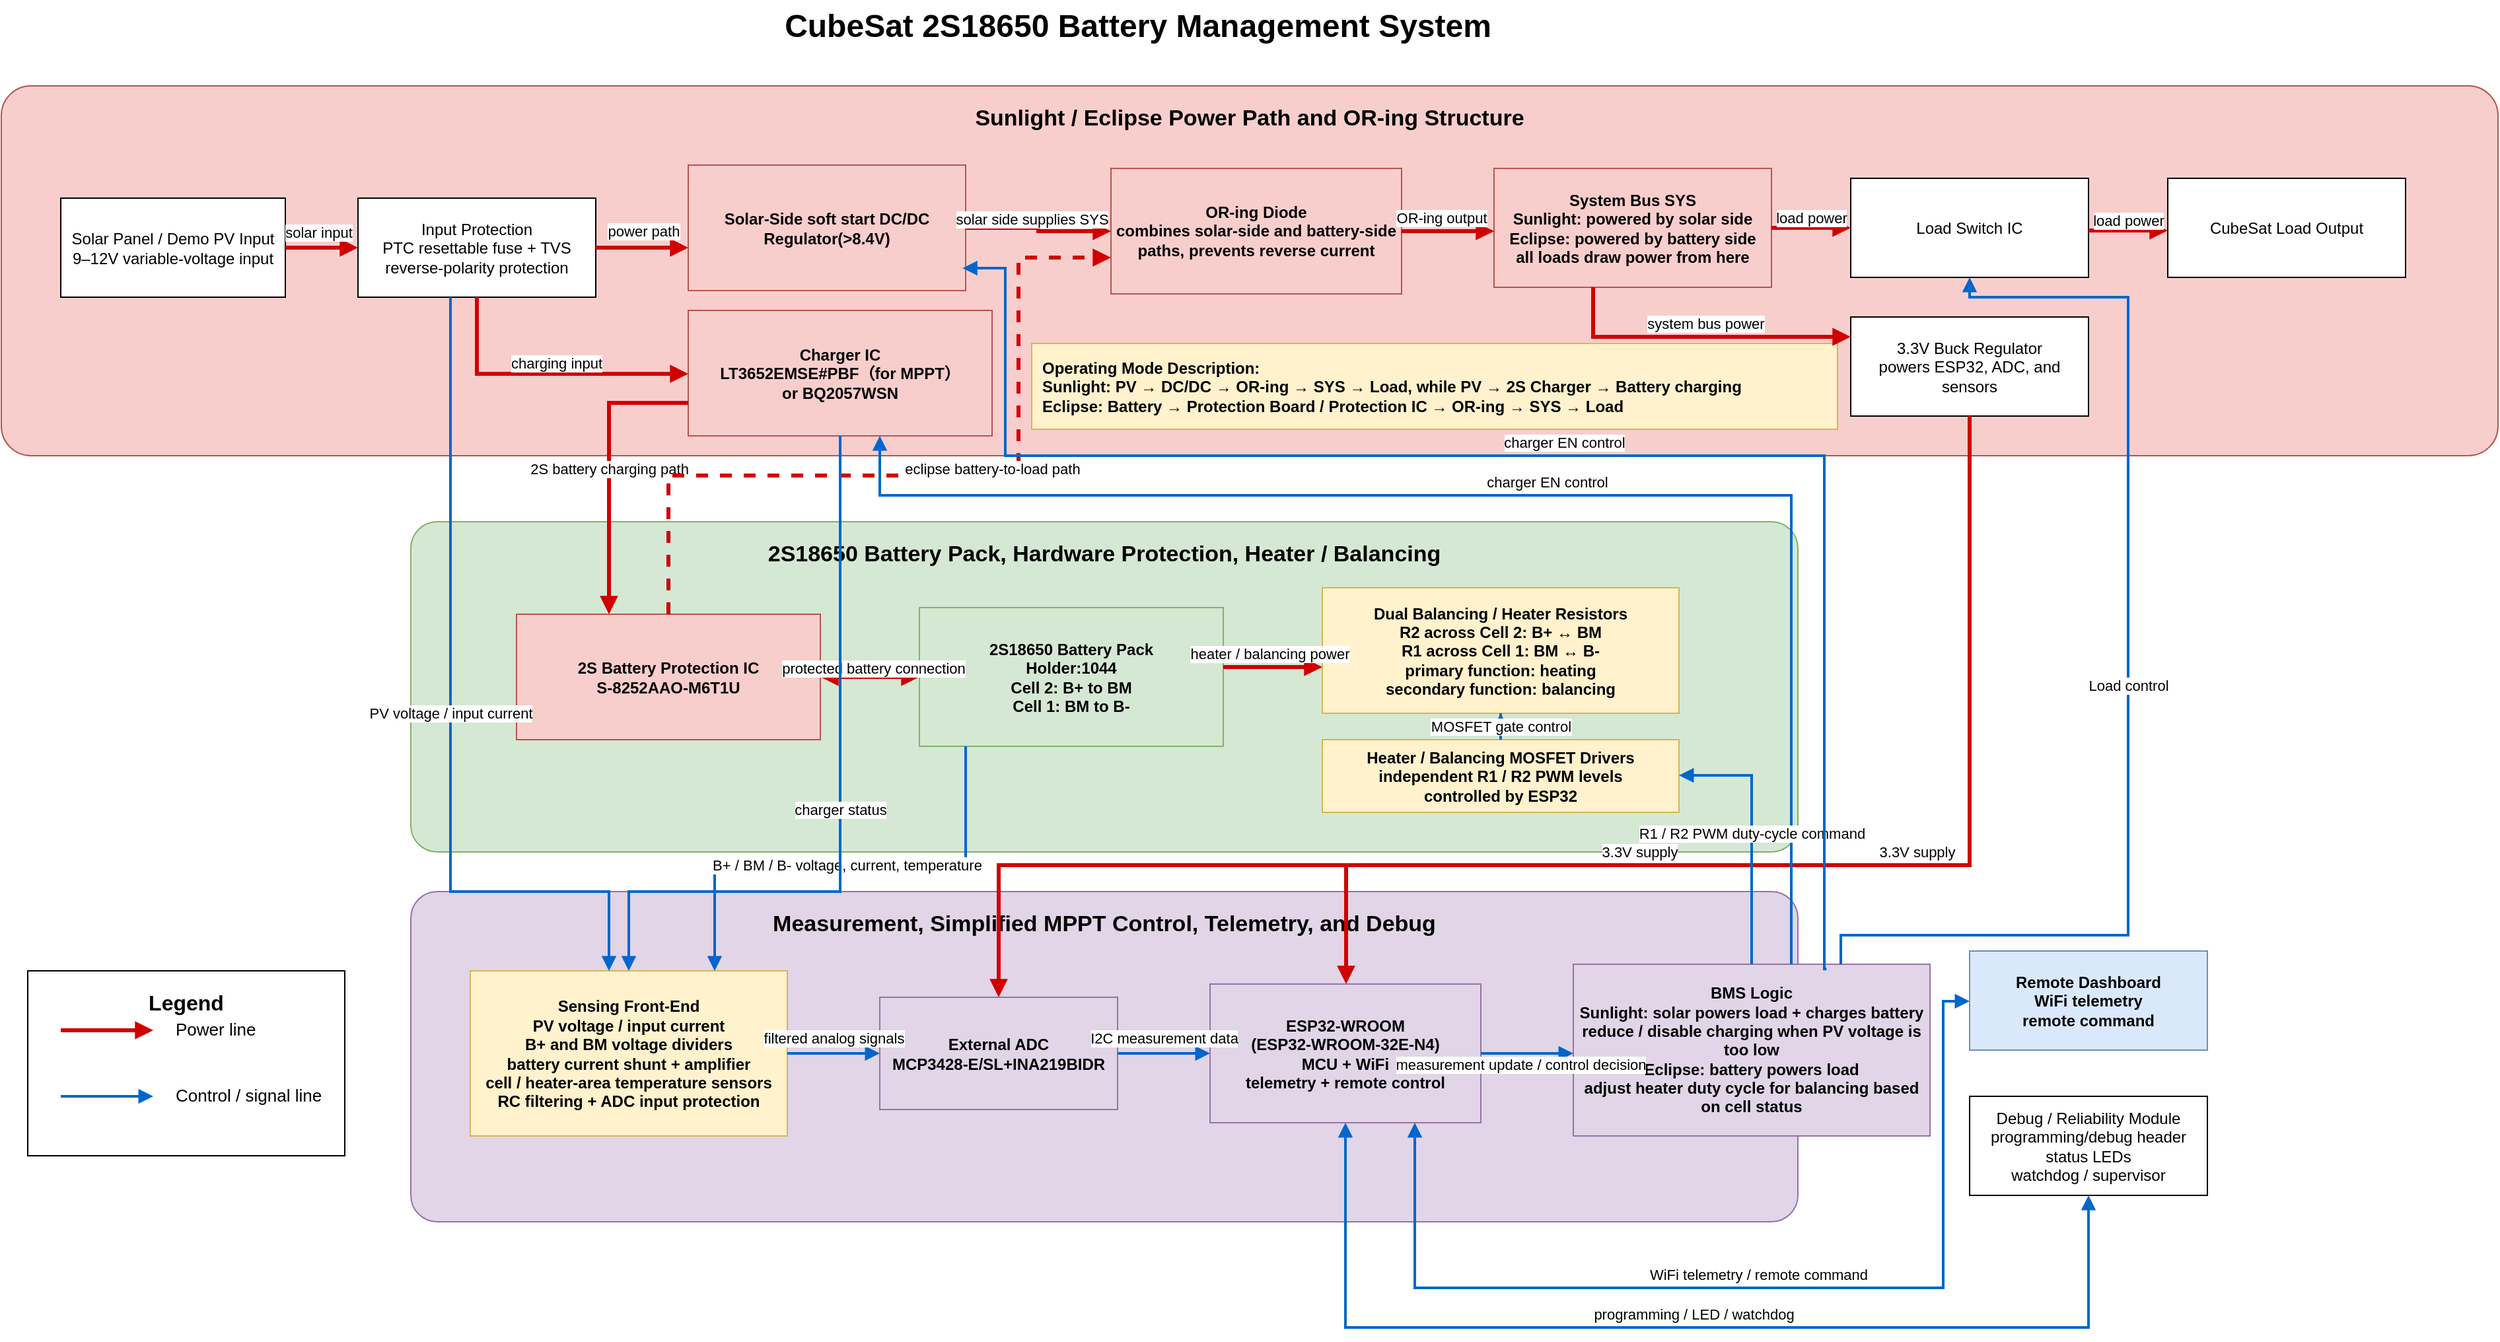
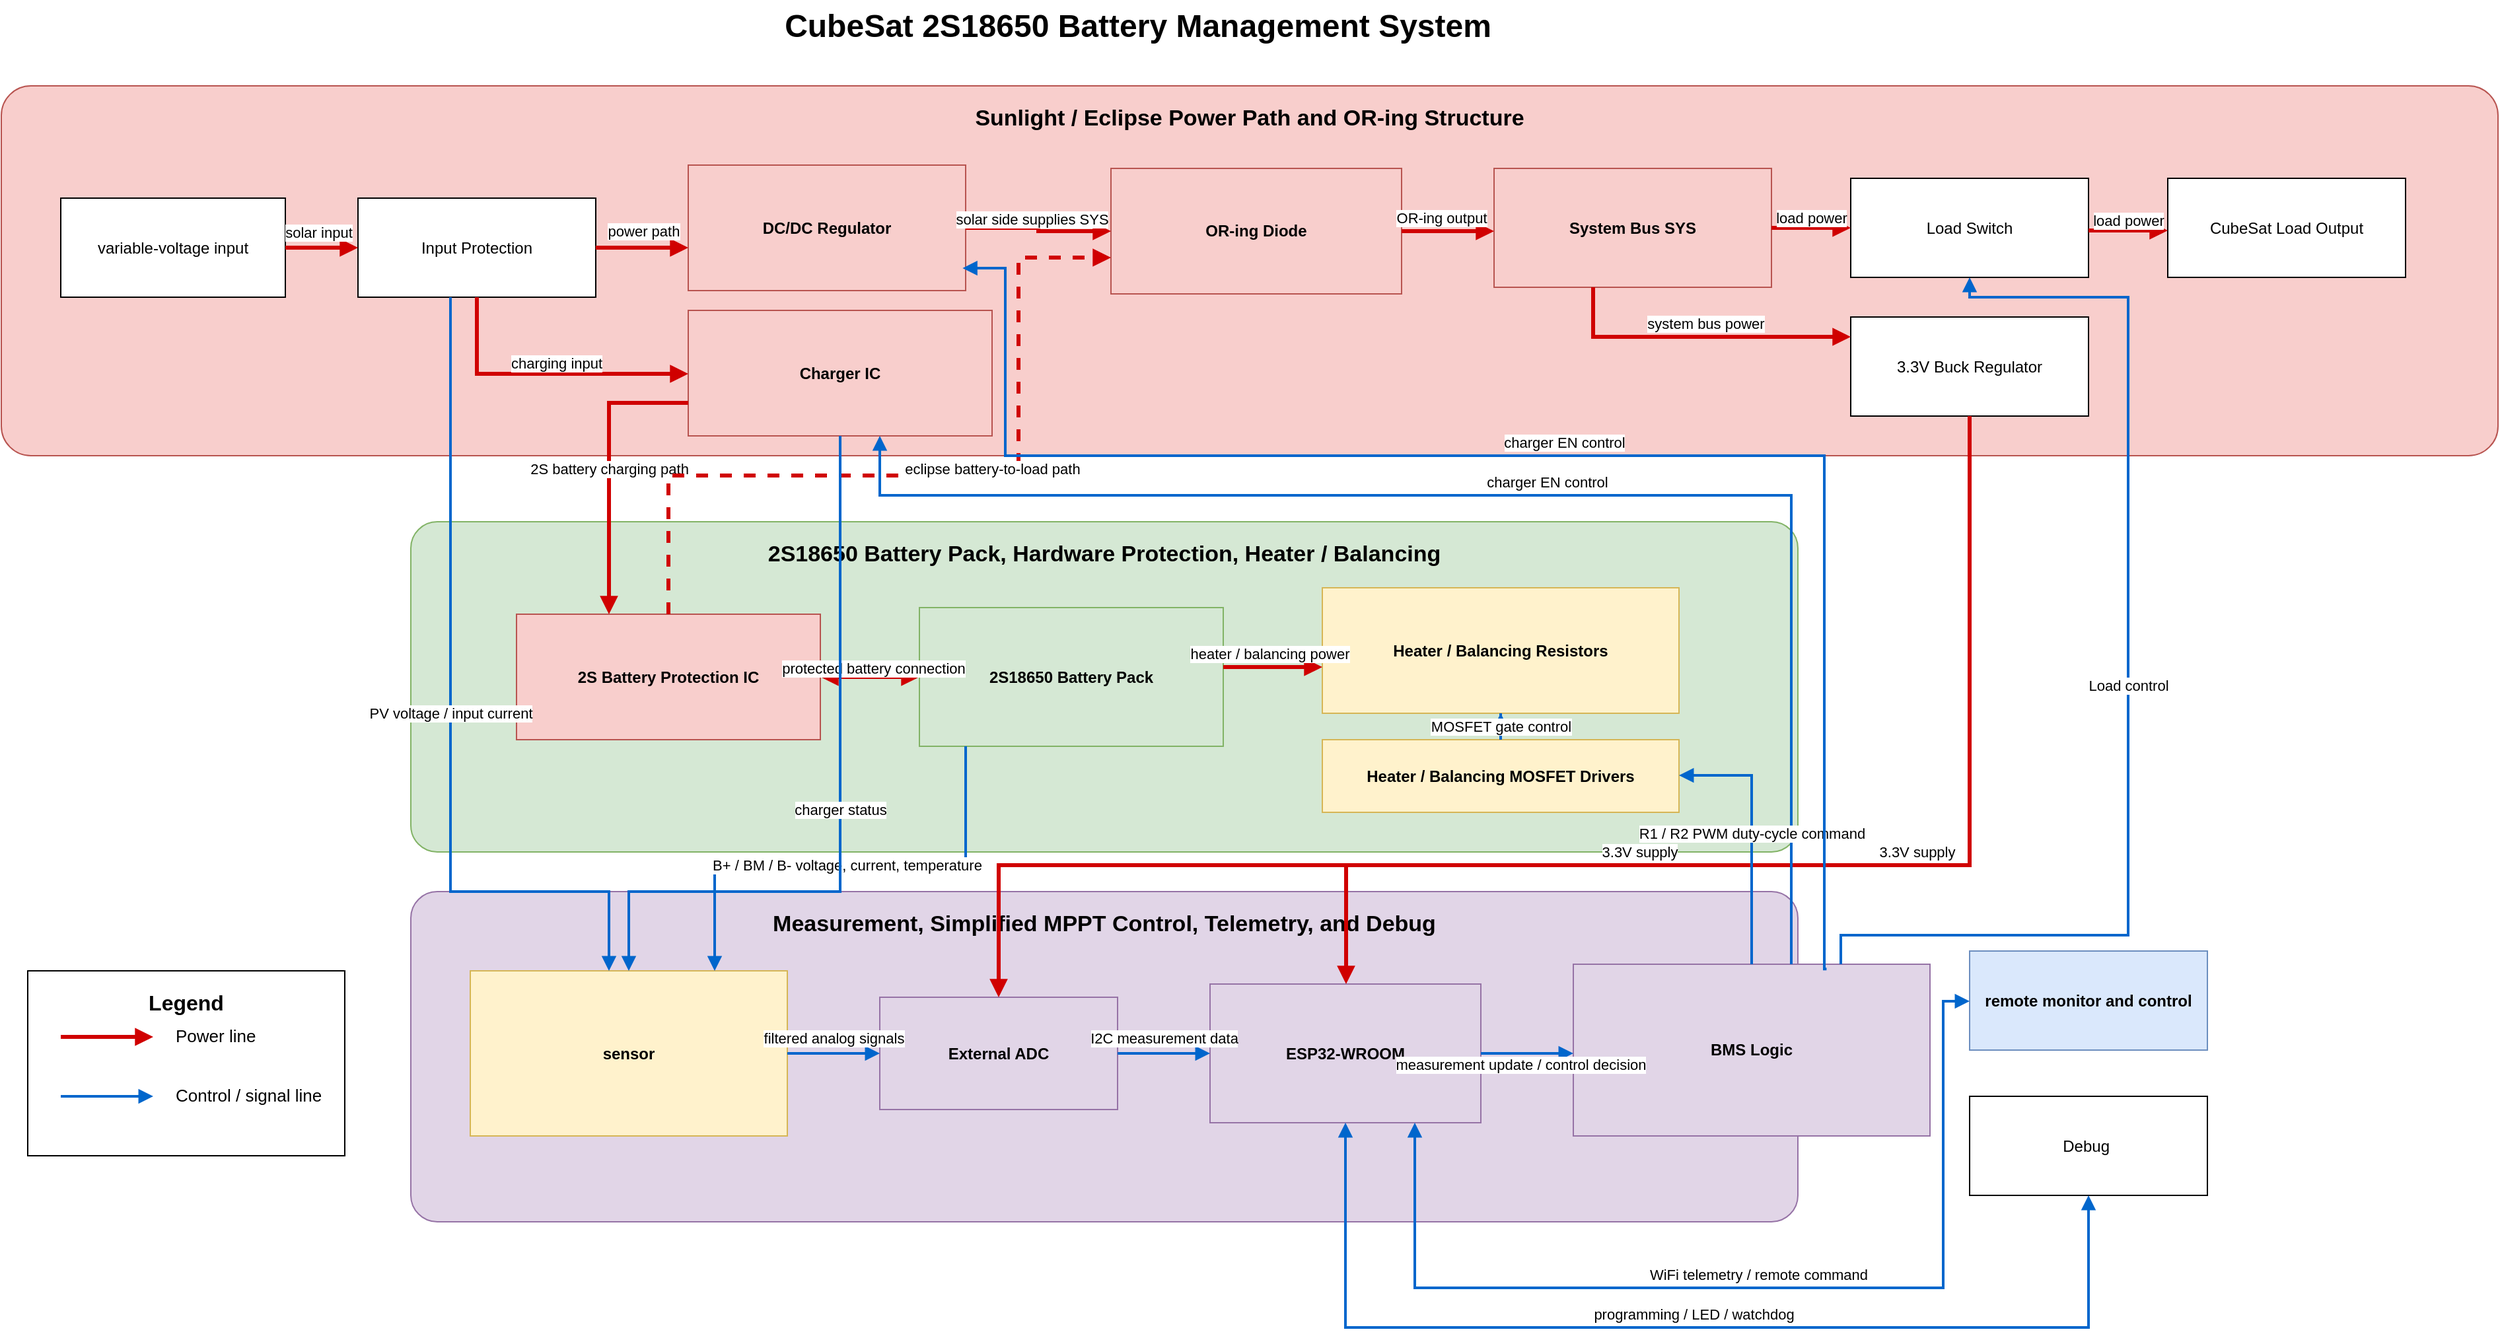
<mxfile host="app.diagrams.net">
  <diagram name="第 1 页" id="mtsnZ4J5otzk8pghUDI_">
    <mxGraphModel dx="1155" dy="720" grid="1" gridSize="10" guides="1" tooltips="1" connect="1" arrows="1" fold="1" page="1" pageScale="1" pageWidth="1800" pageHeight="1050" math="0" shadow="0">
      <root>
        <mxCell id="0" />
        <mxCell id="1" parent="0" />
        <mxCell id="title" parent="1" style="text;html=1;strokeColor=none;fillColor=none;align=center;verticalAlign=middle;fontSize=24;fontStyle=1" value="CubeSat 2S18650 Battery Management System" vertex="1">
          <mxGeometry height="40" width="1380" x="210" y="25" as="geometry" />
        </mxCell>
        <mxCell id="box_power" parent="1" style="rounded=1;whiteSpace=wrap;html=1;container=1;collapsible=0;recursiveResize=0;arcSize=8;fontSize=17;fontStyle=1;verticalAlign=top;spacingTop=8;fillColor=#f8cecc;strokeColor=#b85450;" value="Sunlight / Eclipse Power Path and OR-ing Structure" vertex="1">
          <mxGeometry height="280" width="1890" x="40" y="90" as="geometry" />
        </mxCell>
-         <mxCell id="oring" parent="box_power" style="rounded=0;whiteSpace=wrap;html=1;fillColor=#f8cecc;strokeColor=#b85450;fontSize=12;fontStyle=1;" value="OR-ing Diode&lt;br&gt;combines solar-side and battery-side paths, prevents reverse current" vertex="1">
+         <mxCell id="oring" parent="box_power" style="rounded=0;whiteSpace=wrap;html=1;fillColor=#f8cecc;strokeColor=#b85450;fontSize=12;fontStyle=1;" value="OR-ing Diode" vertex="1">
          <mxGeometry height="95" width="220" x="840" y="62.5" as="geometry" />
        </mxCell>
-         <mxCell id="system_bus" parent="box_power" style="rounded=0;whiteSpace=wrap;html=1;fillColor=#f8cecc;strokeColor=#b85450;fontSize=12;fontStyle=1;" value="System Bus SYS&lt;br&gt;Sunlight: powered by solar side&lt;br&gt;Eclipse: powered by battery side&lt;br&gt;all loads draw power from here" vertex="1">
+         <mxCell id="system_bus" parent="box_power" style="rounded=0;whiteSpace=wrap;html=1;fillColor=#f8cecc;strokeColor=#b85450;fontSize=12;fontStyle=1;" value="System Bus SYS" vertex="1">
          <mxGeometry height="90" width="210" x="1130" y="62.5" as="geometry" />
        </mxCell>
        <mxCell id="p_oring_to_bus" edge="1" parent="box_power" source="oring" style="edgeStyle=orthogonalEdgeStyle;rounded=0;orthogonalLoop=1;jettySize=auto;endArrow=block;html=1;strokeWidth=3;strokeColor=#d00000;fontSize=11;" target="system_bus" value="OR-ing output">
          <mxGeometry relative="1" x="-0.1429" y="10" as="geometry">
            <mxPoint as="offset" />
            <Array as="points">
              <mxPoint x="1110" y="110" />
              <mxPoint x="1110" y="110" />
            </Array>
          </mxGeometry>
        </mxCell>
-         <mxCell id="load" parent="box_power" style="rounded=0;whiteSpace=wrap;html=1;fillColor=#ffffff;strokeColor=#000000;fontSize=12;" value="Load Switch IC" vertex="1">
+         <mxCell id="load" parent="box_power" style="rounded=0;whiteSpace=wrap;html=1;fillColor=#ffffff;strokeColor=#000000;fontSize=12;" value="Load Switch" vertex="1">
          <mxGeometry height="75" width="180" x="1400" y="70" as="geometry" />
        </mxCell>
        <mxCell id="p_bus_to_load" edge="1" parent="box_power" source="system_bus" style="edgeStyle=orthogonalEdgeStyle;rounded=0;orthogonalLoop=1;jettySize=auto;endArrow=block;html=1;strokeWidth=3;strokeColor=#d00000;fontSize=11;" target="load" value="load power">
          <mxGeometry relative="1" x="0.0067" y="8" as="geometry">
            <mxPoint as="offset" />
            <Array as="points">
              <mxPoint x="1370" y="108" />
              <mxPoint x="1370" y="108" />
            </Array>
          </mxGeometry>
        </mxCell>
        <mxCell id="vB4gOoja8xux1XnVtfFI-2" parent="box_power" style="rounded=0;whiteSpace=wrap;html=1;fillColor=#ffffff;strokeColor=#000000;fontSize=12;" value="CubeSat Load Output" vertex="1">
          <mxGeometry height="75" width="180" x="1640" y="70" as="geometry" />
        </mxCell>
        <mxCell id="vB4gOoja8xux1XnVtfFI-4" edge="1" parent="box_power" style="edgeStyle=orthogonalEdgeStyle;rounded=0;orthogonalLoop=1;jettySize=auto;endArrow=block;html=1;strokeWidth=3;strokeColor=#d00000;fontSize=11;" value="load power">
          <mxGeometry relative="1" x="0.0067" y="8" as="geometry">
            <mxPoint as="offset" />
            <Array as="points">
              <mxPoint x="1610" y="109.5" />
              <mxPoint x="1610" y="109.5" />
            </Array>
            <mxPoint x="1580" y="109.5" as="sourcePoint" />
            <mxPoint x="1640" y="109.5" as="targetPoint" />
          </mxGeometry>
        </mxCell>
        <mxCell id="box_battery" parent="1" style="rounded=1;whiteSpace=wrap;html=1;container=1;collapsible=0;recursiveResize=0;arcSize=8;fontSize=17;fontStyle=1;verticalAlign=top;spacingTop=8;fillColor=#d5e8d4;strokeColor=#82b366;" value="2S18650 Battery Pack, Hardware Protection, Heater / Balancing" vertex="1">
          <mxGeometry height="250" width="1050" x="350" y="420" as="geometry" />
        </mxCell>
        <mxCell id="box_control" parent="1" style="rounded=1;whiteSpace=wrap;html=1;container=1;collapsible=0;recursiveResize=0;arcSize=8;fontSize=17;fontStyle=1;verticalAlign=top;spacingTop=8;fillColor=#e1d5e7;strokeColor=#9673a6;" value="Measurement, Simplified MPPT Control, Telemetry, and Debug" vertex="1">
          <mxGeometry height="250" width="1050" x="350" y="700" as="geometry" />
        </mxCell>
        <mxCell id="legend" parent="1" style="rounded=0;whiteSpace=wrap;html=1;fillColor=#ffffff;strokeColor=#000000;fontSize=16;fontStyle=1;verticalAlign=top;spacingTop=8;" value="Legend" vertex="1">
          <mxGeometry height="140" width="240" x="60" y="760" as="geometry" />
        </mxCell>
-         <mxCell id="solar" parent="1" style="rounded=0;whiteSpace=wrap;html=1;fillColor=#ffffff;strokeColor=#000000;fontSize=12;" value="Solar Panel / Demo PV Input&lt;br&gt;9–12V variable-voltage input" vertex="1">
+         <mxCell id="solar" parent="1" style="rounded=0;whiteSpace=wrap;html=1;fillColor=#ffffff;strokeColor=#000000;fontSize=12;" value="variable-voltage input" vertex="1">
          <mxGeometry height="75" width="170" x="85" y="175" as="geometry" />
        </mxCell>
-         <mxCell id="input_protection" parent="1" style="rounded=0;whiteSpace=wrap;html=1;fillColor=#ffffff;strokeColor=#000000;fontSize=12;" value="Input Protection&lt;br&gt;PTC resettable fuse + TVS&lt;br&gt;reverse-polarity protection" vertex="1">
+         <mxCell id="input_protection" parent="1" style="rounded=0;whiteSpace=wrap;html=1;fillColor=#ffffff;strokeColor=#000000;fontSize=12;" value="Input Protection" vertex="1">
          <mxGeometry height="75" width="180" x="310" y="175" as="geometry" />
        </mxCell>
-         <mxCell id="solar_bus_reg" parent="1" style="rounded=0;whiteSpace=wrap;html=1;fillColor=#f8cecc;strokeColor=#b85450;fontSize=12;fontStyle=1;" value="Solar-Side soft start DC/DC Regulator(&amp;gt;8.4V)" vertex="1">
+         <mxCell id="solar_bus_reg" parent="1" style="rounded=0;whiteSpace=wrap;html=1;fillColor=#f8cecc;strokeColor=#b85450;fontSize=12;fontStyle=1;" value="DC/DC Regulator" vertex="1">
          <mxGeometry height="95" width="210" x="560" y="150" as="geometry" />
        </mxCell>
-         <mxCell id="solar_charger" parent="1" style="rounded=0;whiteSpace=wrap;html=1;fillColor=#f8cecc;strokeColor=#b85450;fontSize=12;fontStyle=1;" value="Charger IC&lt;br&gt;LT3652EMSE#PBF（for MPPT）&lt;br&gt;or BQ2057WSN" vertex="1">
+         <mxCell id="solar_charger" parent="1" style="rounded=0;whiteSpace=wrap;html=1;fillColor=#f8cecc;strokeColor=#b85450;fontSize=12;fontStyle=1;" value="Charger IC" vertex="1">
          <mxGeometry height="95" width="230" x="560" y="260" as="geometry" />
        </mxCell>
-         <mxCell id="regulator" parent="1" style="rounded=0;whiteSpace=wrap;html=1;fillColor=#ffffff;strokeColor=#000000;fontSize=12;" value="3.3V Buck Regulator&lt;br&gt;powers ESP32, ADC, and sensors" vertex="1">
+         <mxCell id="regulator" parent="1" style="rounded=0;whiteSpace=wrap;html=1;fillColor=#ffffff;strokeColor=#000000;fontSize=12;" value="3.3V Buck Regulator" vertex="1">
          <mxGeometry height="75" width="180" x="1440" y="265" as="geometry" />
        </mxCell>
-         <mxCell id="mode_note" parent="1" style="rounded=0;whiteSpace=wrap;html=1;fillColor=#fff2cc;strokeColor=#d6b656;fontSize=12;fontStyle=1;align=left;spacing=8;" value="Operating Mode Description:&lt;br&gt;Sunlight: PV → DC/DC → OR-ing → SYS → Load, while PV → 2S Charger → Battery charging&lt;br&gt;Eclipse: Battery → Protection Board / Protection IC → OR-ing → SYS → Load" vertex="1">
-           <mxGeometry height="65" width="610" x="820" y="285" as="geometry" />
-         </mxCell>
-         <mxCell id="protection" parent="1" style="rounded=0;whiteSpace=wrap;html=1;fillColor=#f8cecc;strokeColor=#b85450;fontSize=12;fontStyle=1;" value="2S Battery Protection IC&lt;br&gt;&lt;div&gt;S-8252AAO-M6T1U&lt;/div&gt;" vertex="1">
+         <mxCell id="protection" parent="1" style="rounded=0;whiteSpace=wrap;html=1;fillColor=#f8cecc;strokeColor=#b85450;fontSize=12;fontStyle=1;" value="2S Battery Protection IC" vertex="1">
          <mxGeometry height="95" width="230" x="430" y="490" as="geometry" />
        </mxCell>
-         <mxCell id="battery" parent="1" style="rounded=0;whiteSpace=wrap;html=1;fillColor=#d5e8d4;strokeColor=#82b366;fontSize=12;fontStyle=1;" value="2S18650 Battery Pack&lt;div&gt;Holder:1044&lt;br&gt;Cell 2: B+ to BM&lt;br&gt;Cell 1: BM to B-&lt;/div&gt;" vertex="1">
+         <mxCell id="battery" parent="1" style="rounded=0;whiteSpace=wrap;html=1;fillColor=#d5e8d4;strokeColor=#82b366;fontSize=12;fontStyle=1;" value="2S18650 Battery Pack" vertex="1">
          <mxGeometry height="105" width="230" x="735" y="485" as="geometry" />
        </mxCell>
-         <mxCell id="heater_resistors" parent="1" style="rounded=0;whiteSpace=wrap;html=1;fillColor=#fff2cc;strokeColor=#d6b656;fontSize=12;fontStyle=1;" value="Dual Balancing / Heater Resistors&lt;br&gt;R2 across Cell 2: B+ ↔ BM&lt;br&gt;R1 across Cell 1: BM ↔ B-&lt;br&gt;primary function: heating&lt;br&gt;secondary function: balancing" vertex="1">
+         <mxCell id="heater_resistors" parent="1" style="rounded=0;whiteSpace=wrap;html=1;fillColor=#fff2cc;strokeColor=#d6b656;fontSize=12;fontStyle=1;" value="Heater / Balancing Resistors" vertex="1">
          <mxGeometry height="95" width="270" x="1040" y="470" as="geometry" />
        </mxCell>
-         <mxCell id="heater_driver" parent="1" style="rounded=0;whiteSpace=wrap;html=1;fillColor=#fff2cc;strokeColor=#d6b656;fontSize=12;fontStyle=1;" value="Heater / Balancing MOSFET Drivers&lt;br&gt;independent R1 / R2 PWM levels&lt;br&gt;controlled by ESP32" vertex="1">
+         <mxCell id="heater_driver" parent="1" style="rounded=0;whiteSpace=wrap;html=1;fillColor=#fff2cc;strokeColor=#d6b656;fontSize=12;fontStyle=1;" value="Heater / Balancing MOSFET Drivers" vertex="1">
          <mxGeometry height="55" width="270" x="1040" y="585" as="geometry" />
        </mxCell>
-         <mxCell id="sensing" parent="1" style="rounded=0;whiteSpace=wrap;html=1;fillColor=#fff2cc;strokeColor=#d6b656;fontSize=12;fontStyle=1;" value="Sensing Front-End&lt;br&gt;PV voltage / input current&lt;br&gt;B+ and BM voltage dividers&lt;br&gt;battery current shunt + amplifier&lt;br&gt;cell / heater-area temperature sensors&lt;br&gt;RC filtering + ADC input protection" vertex="1">
+         <mxCell id="sensing" parent="1" style="rounded=0;whiteSpace=wrap;html=1;fillColor=#fff2cc;strokeColor=#d6b656;fontSize=12;fontStyle=1;" value="sensor" vertex="1">
          <mxGeometry height="125" width="240" x="395" y="760" as="geometry" />
        </mxCell>
-         <mxCell id="adc" parent="1" style="rounded=0;whiteSpace=wrap;html=1;fillColor=#e1d5e7;strokeColor=#9673a6;fontSize=12;fontStyle=1;" value="External ADC&lt;br&gt;MCP3428-E/SL&lt;span style=&quot;background-color: transparent; color: light-dark(rgb(0, 0, 0), rgb(255, 255, 255));&quot;&gt;+&lt;/span&gt;&lt;span style=&quot;background-color: transparent; color: light-dark(rgb(0, 0, 0), rgb(255, 255, 255));&quot;&gt;INA219BIDR&lt;/span&gt;" vertex="1">
+         <mxCell id="adc" parent="1" style="rounded=0;whiteSpace=wrap;html=1;fillColor=#e1d5e7;strokeColor=#9673a6;fontSize=12;fontStyle=1;" value="External ADC" vertex="1">
          <mxGeometry height="85" width="180" x="705" y="780" as="geometry" />
        </mxCell>
-         <mxCell id="esp32" parent="1" style="rounded=0;whiteSpace=wrap;html=1;fillColor=#e1d5e7;strokeColor=#9673a6;fontSize=12;fontStyle=1;" value="ESP32-WROOM&lt;br&gt;(ESP32-WROOM-32E-N4)&lt;br&gt;MCU + WiFi&lt;br&gt;telemetry + remote control" vertex="1">
+         <mxCell id="esp32" parent="1" style="rounded=0;whiteSpace=wrap;html=1;fillColor=#e1d5e7;strokeColor=#9673a6;fontSize=12;fontStyle=1;" value="ESP32-WROOM" vertex="1">
          <mxGeometry height="105" width="205" x="955" y="770" as="geometry" />
        </mxCell>
-         <mxCell id="firmware" parent="1" style="rounded=0;whiteSpace=wrap;html=1;fillColor=#e1d5e7;strokeColor=#9673a6;fontSize=12;fontStyle=1;" value="BMS Logic&lt;br&gt;Sunlight: solar powers load + charges battery&lt;br&gt;reduce / disable charging when PV voltage is too low&lt;br&gt;Eclipse: battery powers load&lt;br&gt;adjust heater duty cycle for balancing based on cell status" vertex="1">
+         <mxCell id="firmware" parent="1" style="rounded=0;whiteSpace=wrap;html=1;fillColor=#e1d5e7;strokeColor=#9673a6;fontSize=12;fontStyle=1;" value="BMS Logic" vertex="1">
          <mxGeometry height="130" width="270" x="1230" y="755" as="geometry" />
        </mxCell>
-         <mxCell id="remote" parent="1" style="rounded=0;whiteSpace=wrap;html=1;fillColor=#dae8fc;strokeColor=#6c8ebf;fontSize=12;fontStyle=1;" value="Remote Dashboard&lt;br&gt;WiFi telemetry&lt;br&gt;remote command" vertex="1">
+         <mxCell id="remote" parent="1" style="rounded=0;whiteSpace=wrap;html=1;fillColor=#dae8fc;strokeColor=#6c8ebf;fontSize=12;fontStyle=1;" value="remote monitor and control" vertex="1">
          <mxGeometry height="75" width="180" x="1530" y="745" as="geometry" />
        </mxCell>
-         <mxCell id="debug" parent="1" style="rounded=0;whiteSpace=wrap;html=1;fillColor=#ffffff;strokeColor=#000000;fontSize=12;" value="Debug / Reliability Module&lt;br&gt;programming/debug header&lt;br&gt;status LEDs&lt;br&gt;watchdog / supervisor" vertex="1">
+         <mxCell id="debug" parent="1" style="rounded=0;whiteSpace=wrap;html=1;fillColor=#ffffff;strokeColor=#000000;fontSize=12;" value="Debug&amp;nbsp;" vertex="1">
          <mxGeometry height="75" width="180" x="1530" y="855" as="geometry" />
        </mxCell>
        <mxCell id="legend_power_line" edge="1" parent="1" style="endArrow=block;html=1;rounded=0;strokeWidth=3;strokeColor=#d00000;" value="">
          <mxGeometry relative="1" as="geometry">
-             <mxPoint x="85" y="805" as="sourcePoint" />
-             <mxPoint x="155" y="805" as="targetPoint" />
+             <mxPoint x="85" y="810" as="sourcePoint" />
+             <mxPoint x="155" y="810" as="targetPoint" />
          </mxGeometry>
        </mxCell>
        <mxCell id="legend_power_text" parent="1" style="text;html=1;strokeColor=none;fillColor=none;fontSize=13;" value="Power line" vertex="1">
-           <mxGeometry height="30" width="110" x="170" y="790" as="geometry" />
+           <mxGeometry height="30" width="110" x="170" y="795" as="geometry" />
        </mxCell>
        <mxCell id="legend_signal_line" edge="1" parent="1" style="endArrow=block;html=1;rounded=0;strokeWidth=2;strokeColor=#0066cc;" value="">
          <mxGeometry relative="1" as="geometry">
            <mxPoint x="85" y="855" as="sourcePoint" />
            <mxPoint x="155" y="855" as="targetPoint" />
          </mxGeometry>
        </mxCell>
        <mxCell id="legend_signal_text" parent="1" style="text;html=1;strokeColor=none;fillColor=none;fontSize=13;" value="Control / signal line" vertex="1">
          <mxGeometry height="30" width="130" x="170" y="840" as="geometry" />
        </mxCell>
        <mxCell id="p_solar_to_input" edge="1" parent="1" source="solar" style="edgeStyle=orthogonalEdgeStyle;rounded=0;orthogonalLoop=1;jettySize=auto;endArrow=block;html=1;strokeWidth=3;strokeColor=#d00000;fontSize=11;" target="input_protection" value="solar input">
          <mxGeometry relative="1" x="-0.0909" y="13" as="geometry">
            <mxPoint y="1" as="offset" />
          </mxGeometry>
        </mxCell>
        <mxCell id="p_input_to_solar_bus_reg" edge="1" parent="1" source="input_protection" style="edgeStyle=orthogonalEdgeStyle;rounded=0;orthogonalLoop=1;jettySize=auto;endArrow=block;html=1;strokeWidth=3;strokeColor=#d00000;fontSize=11;" target="solar_bus_reg" value="power path">
          <mxGeometry relative="1" x="0.0348" y="13" as="geometry">
            <mxPoint as="offset" />
            <Array as="points">
              <mxPoint x="550" y="212" />
              <mxPoint x="550" y="212" />
            </Array>
          </mxGeometry>
        </mxCell>
        <mxCell id="p_input_to_charger" edge="1" parent="1" source="input_protection" style="edgeStyle=orthogonalEdgeStyle;rounded=0;orthogonalLoop=1;jettySize=auto;endArrow=block;html=1;strokeWidth=3;strokeColor=#d00000;fontSize=11;" target="solar_charger" value="charging input">
          <mxGeometry relative="1" x="0.0828" y="8" as="geometry">
            <mxPoint as="offset" />
            <Array as="points">
              <mxPoint x="400" y="308" />
            </Array>
          </mxGeometry>
        </mxCell>
        <mxCell id="p_solar_bus_reg_to_oring" edge="1" parent="1" source="solar_bus_reg" style="edgeStyle=orthogonalEdgeStyle;rounded=0;orthogonalLoop=1;jettySize=auto;endArrow=block;html=1;strokeWidth=3;strokeColor=#d00000;fontSize=11;" target="oring" value="solar side supplies SYS">
          <mxGeometry relative="1" x="-0.1111" y="8" as="geometry">
            <mxPoint y="1" as="offset" />
          </mxGeometry>
        </mxCell>
        <mxCell id="p_bus_to_reg" edge="1" parent="1" source="system_bus" style="edgeStyle=orthogonalEdgeStyle;rounded=0;orthogonalLoop=1;jettySize=auto;endArrow=block;html=1;strokeWidth=3;strokeColor=#d00000;fontSize=11;" target="regulator" value="system bus power">
          <mxGeometry relative="1" x="0.0517" y="10" as="geometry">
            <mxPoint as="offset" />
            <Array as="points">
              <mxPoint x="1245" y="280" />
            </Array>
          </mxGeometry>
        </mxCell>
        <mxCell id="p_reg_to_esp" edge="1" parent="1" source="regulator" style="edgeStyle=orthogonalEdgeStyle;rounded=0;orthogonalLoop=1;jettySize=auto;endArrow=block;html=1;strokeWidth=3;strokeColor=#d00000;fontSize=11;" target="esp32" value="3.3V supply">
          <mxGeometry relative="1" x="-0.1575" y="-10" as="geometry">
            <mxPoint as="offset" />
            <Array as="points">
              <mxPoint x="1530" y="680" />
              <mxPoint x="1058" y="680" />
            </Array>
          </mxGeometry>
        </mxCell>
        <mxCell id="p_reg_to_adc" edge="1" parent="1" source="regulator" style="edgeStyle=orthogonalEdgeStyle;rounded=0;orthogonalLoop=1;jettySize=auto;endArrow=block;html=1;strokeWidth=3;strokeColor=#d00000;fontSize=11;" target="adc" value="3.3V supply">
          <mxGeometry relative="1" x="0.0042" y="-10" as="geometry">
            <mxPoint as="offset" />
            <Array as="points">
              <mxPoint x="1530" y="680" />
              <mxPoint x="795" y="680" />
            </Array>
          </mxGeometry>
        </mxCell>
        <mxCell id="p_charger_to_protection" edge="1" parent="1" source="solar_charger" style="edgeStyle=orthogonalEdgeStyle;rounded=0;orthogonalLoop=1;jettySize=auto;endArrow=block;html=1;strokeWidth=3;strokeColor=#d00000;fontSize=11;" target="protection" value="2S battery charging path">
          <mxGeometry relative="1" as="geometry">
            <Array as="points">
              <mxPoint x="500" y="330" />
            </Array>
          </mxGeometry>
        </mxCell>
        <mxCell id="p_protection_to_battery" edge="1" parent="1" source="protection" style="edgeStyle=orthogonalEdgeStyle;rounded=0;orthogonalLoop=1;jettySize=auto;startArrow=block;endArrow=block;html=1;strokeWidth=3;strokeColor=#d00000;fontSize=11;" target="battery" value="protected battery connection">
          <mxGeometry relative="1" x="0.0667" y="8" as="geometry">
            <mxPoint y="1" as="offset" />
          </mxGeometry>
        </mxCell>
        <mxCell id="p_protection_to_oring" edge="1" parent="1" source="protection" style="edgeStyle=orthogonalEdgeStyle;rounded=0;orthogonalLoop=1;jettySize=auto;endArrow=block;html=1;strokeWidth=3;strokeColor=#d00000;fontSize=11;dashed=1;" target="oring" value="eclipse battery-to-load path">
          <mxGeometry relative="1" x="0.157" y="5" as="geometry">
            <mxPoint as="offset" />
            <Array as="points">
              <mxPoint x="545" y="385" />
              <mxPoint x="810" y="385" />
              <mxPoint x="810" y="220" />
            </Array>
          </mxGeometry>
        </mxCell>
        <mxCell id="p_battery_to_heater" edge="1" parent="1" source="battery" style="edgeStyle=orthogonalEdgeStyle;rounded=0;orthogonalLoop=1;jettySize=auto;endArrow=block;html=1;strokeWidth=3;strokeColor=#d00000;fontSize=11;" target="heater_resistors" value="heater / balancing power">
          <mxGeometry relative="1" x="-0.0667" y="10" as="geometry">
            <mxPoint as="offset" />
            <Array as="points">
              <mxPoint x="1030" y="530" />
              <mxPoint x="1030" y="530" />
            </Array>
          </mxGeometry>
        </mxCell>
        <mxCell id="s_battery_to_sensing" edge="1" parent="1" source="battery" style="edgeStyle=orthogonalEdgeStyle;rounded=0;orthogonalLoop=1;jettySize=auto;endArrow=block;html=1;strokeWidth=2;strokeColor=#0066cc;fontSize=11;" target="sensing" value="B+ / BM / B- voltage, current, temperature">
          <mxGeometry relative="1" as="geometry">
            <Array as="points">
              <mxPoint x="770" y="680" />
              <mxPoint x="580" y="680" />
            </Array>
          </mxGeometry>
        </mxCell>
        <mxCell id="s_pv_to_sensing" edge="1" parent="1" source="input_protection" style="edgeStyle=orthogonalEdgeStyle;rounded=0;orthogonalLoop=1;jettySize=auto;endArrow=block;html=1;strokeWidth=2;strokeColor=#0066cc;fontSize=11;" target="sensing" value="PV voltage / input current">
          <mxGeometry relative="1" as="geometry">
            <Array as="points">
              <mxPoint x="380" y="700" />
              <mxPoint x="500" y="700" />
            </Array>
          </mxGeometry>
        </mxCell>
        <mxCell id="s_charger_to_sensing" edge="1" parent="1" source="solar_charger" style="edgeStyle=orthogonalEdgeStyle;rounded=0;orthogonalLoop=1;jettySize=auto;endArrow=block;html=1;strokeWidth=2;strokeColor=#0066cc;fontSize=11;" target="sensing" value="charger status">
          <mxGeometry relative="1" as="geometry">
            <Array as="points">
              <mxPoint x="675" y="700" />
              <mxPoint x="515" y="700" />
            </Array>
          </mxGeometry>
        </mxCell>
        <mxCell id="s_sensing_to_adc" edge="1" parent="1" source="sensing" style="edgeStyle=orthogonalEdgeStyle;rounded=0;orthogonalLoop=1;jettySize=auto;endArrow=block;html=1;strokeWidth=2;strokeColor=#0066cc;fontSize=11;" target="adc" value="filtered analog signals">
          <mxGeometry relative="1" y="13" as="geometry">
            <mxPoint y="1" as="offset" />
          </mxGeometry>
        </mxCell>
        <mxCell id="s_adc_to_esp" edge="1" parent="1" source="adc" style="edgeStyle=orthogonalEdgeStyle;rounded=0;orthogonalLoop=1;jettySize=auto;endArrow=block;html=1;strokeWidth=2;strokeColor=#0066cc;fontSize=11;" target="esp32" value="I2C measurement data">
          <mxGeometry relative="1" y="13" as="geometry">
            <mxPoint y="1" as="offset" />
          </mxGeometry>
        </mxCell>
        <mxCell id="s_esp_to_firmware" edge="1" parent="1" source="esp32" style="edgeStyle=orthogonalEdgeStyle;rounded=0;orthogonalLoop=1;jettySize=auto;endArrow=block;html=1;strokeWidth=2;strokeColor=#0066cc;fontSize=11;" target="firmware" value="measurement update / control decision">
          <mxGeometry relative="1" x="-0.1429" y="-8" as="geometry">
            <mxPoint as="offset" />
            <Array as="points">
              <mxPoint x="1210" y="822" />
              <mxPoint x="1210" y="822" />
            </Array>
          </mxGeometry>
        </mxCell>
        <mxCell id="s_firmware_to_charger" edge="1" parent="1" style="edgeStyle=orthogonalEdgeStyle;rounded=0;orthogonalLoop=1;jettySize=auto;endArrow=block;html=1;strokeWidth=2;strokeColor=#0066cc;fontSize=11;" value="charger EN control">
          <mxGeometry relative="1" x="-0.0092" y="-10" as="geometry">
            <mxPoint as="offset" />
            <Array as="points">
              <mxPoint x="1394.96" y="400" />
              <mxPoint x="704.96" y="400" />
            </Array>
            <mxPoint x="1395.00347826087" y="755" as="sourcePoint" />
            <mxPoint x="705.0034782608698" y="355" as="targetPoint" />
          </mxGeometry>
        </mxCell>
        <mxCell id="s_firmware_to_heater_driver" edge="1" parent="1" source="firmware" style="edgeStyle=orthogonalEdgeStyle;rounded=0;orthogonalLoop=1;jettySize=auto;endArrow=block;html=1;strokeWidth=2;strokeColor=#0066cc;fontSize=11;" target="heater_driver" value="R1 / R2 PWM duty-cycle command">
          <mxGeometry relative="1" as="geometry">
            <Array as="points">
              <mxPoint x="1365" y="612" />
            </Array>
          </mxGeometry>
        </mxCell>
        <mxCell id="s_heater_driver_to_resistors" edge="1" parent="1" source="heater_driver" style="edgeStyle=orthogonalEdgeStyle;rounded=0;orthogonalLoop=1;jettySize=auto;endArrow=block;html=1;strokeWidth=2;strokeColor=#0066cc;fontSize=11;" target="heater_resistors" value="MOSFET gate control">
          <mxGeometry relative="1" as="geometry" />
        </mxCell>
        <mxCell id="s_esp_to_remote" edge="1" parent="1" source="esp32" style="edgeStyle=orthogonalEdgeStyle;rounded=0;orthogonalLoop=1;jettySize=auto;startArrow=block;endArrow=block;html=1;strokeWidth=2;strokeColor=#0066cc;fontSize=11;" target="remote" value="WiFi telemetry / remote command">
          <mxGeometry relative="1" x="0.0105" y="10" as="geometry">
            <mxPoint as="offset" />
            <Array as="points">
              <mxPoint x="1110" y="1000" />
              <mxPoint x="1510" y="1000" />
              <mxPoint x="1510" y="783" />
            </Array>
          </mxGeometry>
        </mxCell>
        <mxCell id="s_esp_to_debug" edge="1" parent="1" source="esp32" style="edgeStyle=orthogonalEdgeStyle;rounded=0;orthogonalLoop=1;jettySize=auto;startArrow=block;endArrow=block;html=1;strokeWidth=2;strokeColor=#0066cc;fontSize=11;" target="debug" value="programming / LED / watchdog">
-           <mxGeometry relative="1" x="0.0214" y="10" as="geometry">
-             <mxPoint x="1" as="offset" />
+           <mxGeometry relative="1" x="0.0226" y="10" as="geometry">
+             <mxPoint as="offset" />
            <Array as="points">
              <mxPoint x="1058" y="1030" />
              <mxPoint x="1620" y="1030" />
            </Array>
          </mxGeometry>
        </mxCell>
        <mxCell id="vB4gOoja8xux1XnVtfFI-5" edge="1" parent="1" source="firmware" style="edgeStyle=orthogonalEdgeStyle;rounded=0;orthogonalLoop=1;jettySize=auto;endArrow=block;html=1;strokeWidth=2;strokeColor=#0066cc;fontSize=11;exitX=0.75;exitY=0;exitDx=0;exitDy=0;entryX=0.5;entryY=1;entryDx=0;entryDy=0;" target="load" value="Load control">
          <mxGeometry relative="1" as="geometry">
            <Array as="points">
              <mxPoint x="1433" y="733" />
              <mxPoint x="1650" y="733" />
              <mxPoint x="1650" y="250" />
              <mxPoint x="1530" y="250" />
            </Array>
            <mxPoint x="1440" y="733" as="sourcePoint" />
            <mxPoint x="1660" y="420" as="targetPoint" />
          </mxGeometry>
        </mxCell>
        <mxCell id="vB4gOoja8xux1XnVtfFI-6" edge="1" parent="1" source="firmware" style="edgeStyle=orthogonalEdgeStyle;rounded=0;orthogonalLoop=1;jettySize=auto;endArrow=block;html=1;strokeWidth=2;strokeColor=#0066cc;fontSize=11;exitX=0.71;exitY=0.028;exitDx=0;exitDy=0;exitPerimeter=0;entryX=0.989;entryY=0.821;entryDx=0;entryDy=0;entryPerimeter=0;" target="solar_bus_reg" value="charger EN control">
          <mxGeometry relative="1" x="-0.0092" y="-10" as="geometry">
            <mxPoint as="offset" />
            <Array as="points">
              <mxPoint x="1420" y="759" />
              <mxPoint x="1420" y="370" />
              <mxPoint x="800" y="370" />
              <mxPoint x="800" y="228" />
            </Array>
            <mxPoint x="1450.04347826087" y="710" as="sourcePoint" />
            <mxPoint x="760.0434782608697" y="310" as="targetPoint" />
          </mxGeometry>
        </mxCell>
      </root>
    </mxGraphModel>
  </diagram>
</mxfile>
